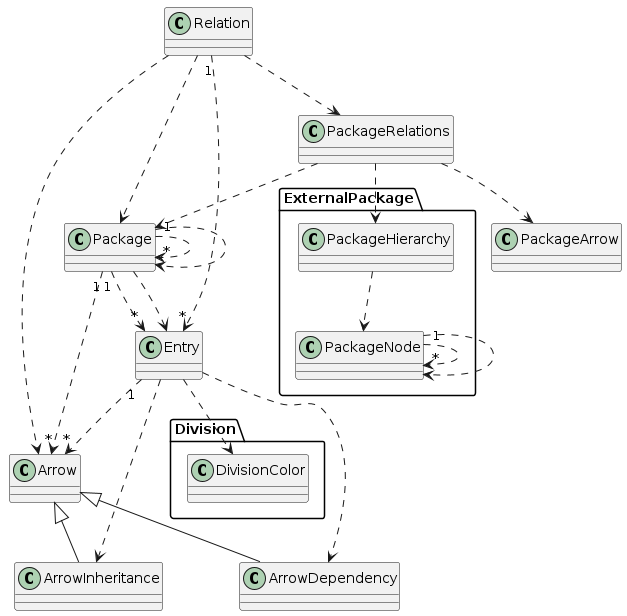
The PlantUML diagram docs/images/dogfood-model.png in smeghead/php-class-diagram, before a commit.
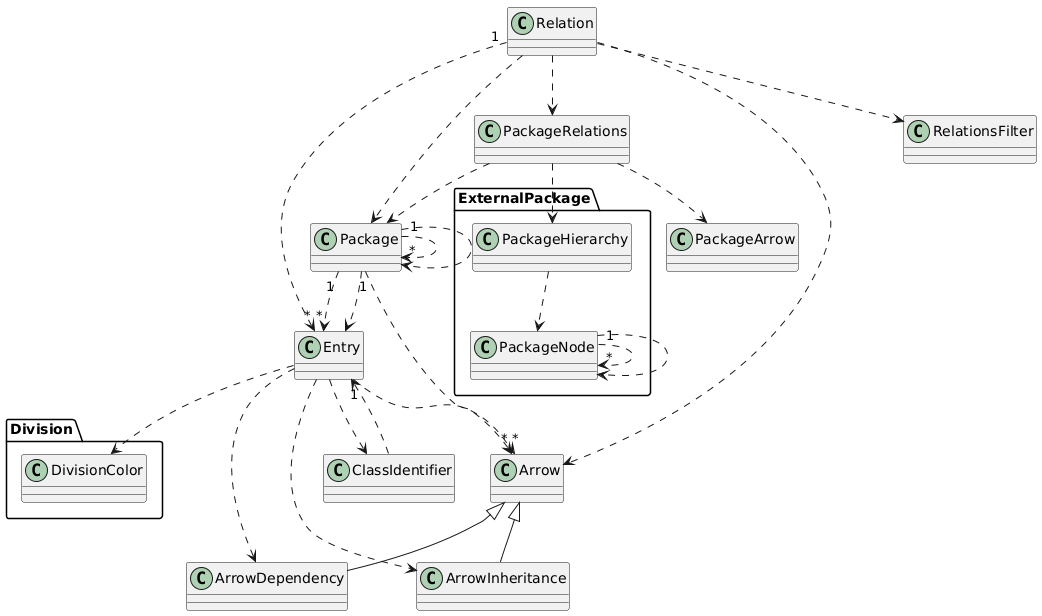
The same diagram one commit later.

Change to the diagram source:
```diff
@@ -1,12 +1,14 @@
 @startuml class-diagram
+  class "PackageRelations" as PackageRelations
+  class "RelationsFilter" as RelationsFilter
+  class "Entry" as Entry
+  class "ClassIdentifier" as ClassIdentifier
+  class "PackageArrow" as PackageArrow
+  class "ArrowDependency" as ArrowDependency
+  class "Arrow" as Arrow
+  class "Relation" as Relation
   class "ArrowInheritance" as ArrowInheritance
-  class "Entry" as Entry
-  class "Arrow" as Arrow
-  class "PackageArrow" as PackageArrow
-  class "PackageRelations" as PackageRelations
   class "Package" as Package
-  class "Relation" as Relation
-  class "ArrowDependency" as ArrowDependency
   package Division as Division {
     class "DivisionColor" as Division_DivisionColor
   }
@@ -16,9 +18,11 @@
   }
   Arrow <|-- ArrowDependency
   Arrow <|-- ArrowInheritance
+  ClassIdentifier ..> Entry
   Entry "1" ..> "*" Arrow
   Entry ..> ArrowDependency
   Entry ..> ArrowInheritance
+  Entry ..> ClassIdentifier
   Entry ..> Division_DivisionColor
   ExternalPackage_PackageHierarchy ..> ExternalPackage_PackageNode
   ExternalPackage_PackageNode "1" ..> "*" ExternalPackage_PackageNode
@@ -35,4 +39,5 @@
   Relation ..> Arrow
   Relation ..> Package
   Relation ..> PackageRelations
+  Relation ..> RelationsFilter
 @enduml
```
